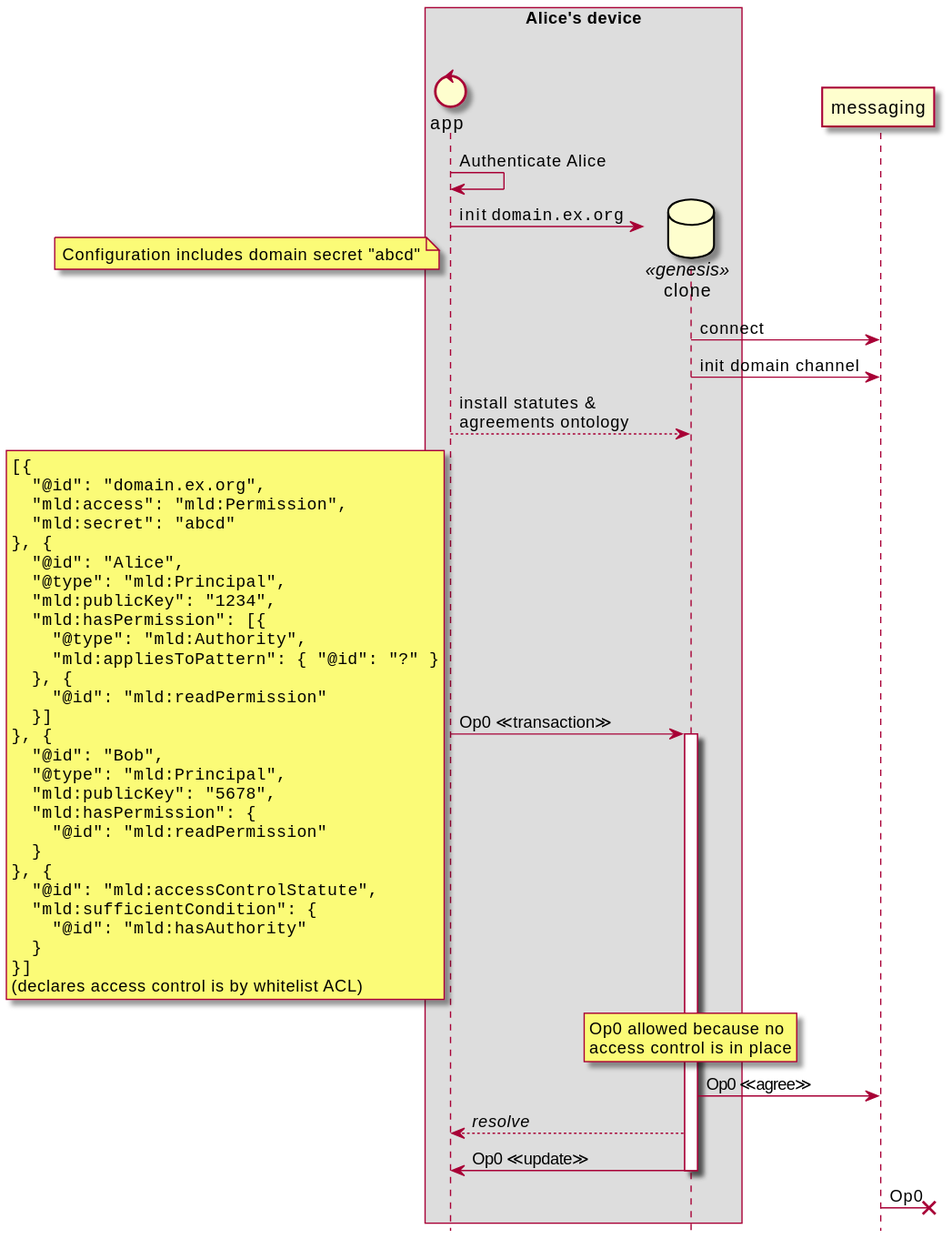
Above: design/img/1-genesis-alice.seq.svg in m-ld/m-ld-security-spec (PlantUML), before the change.
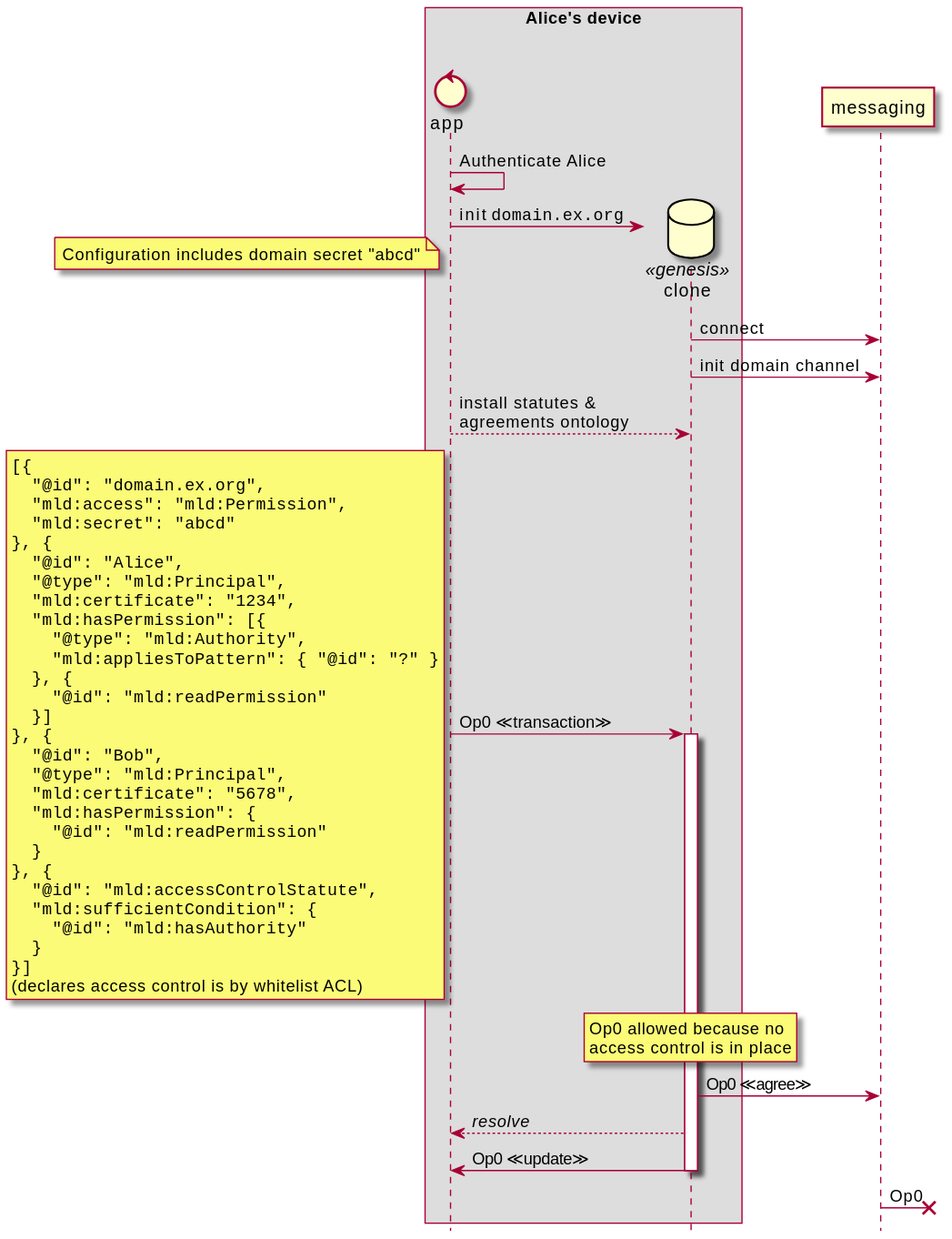
The same file after the commit.

Change to the diagram source:
```diff
@@ -26,7 +26,7 @@
 }, {
   "@id": "Alice",
   "@type": "mld:Principal",
-  "mld:publicKey": "1234",
+  "mld:certificate": "1234",
   "mld:hasPermission": [{
     "@type": "mld:Authority",
     "mld:appliesToPattern": { "@id": "?" }
@@ -36,7 +36,7 @@
 }, {
   "@id": "Bob",
   "@type": "mld:Principal",
-  "mld:publicKey": "5678",
+  "mld:certificate": "5678",
   "mld:hasPermission": {
     "@id": "mld:readPermission"
   }
```
